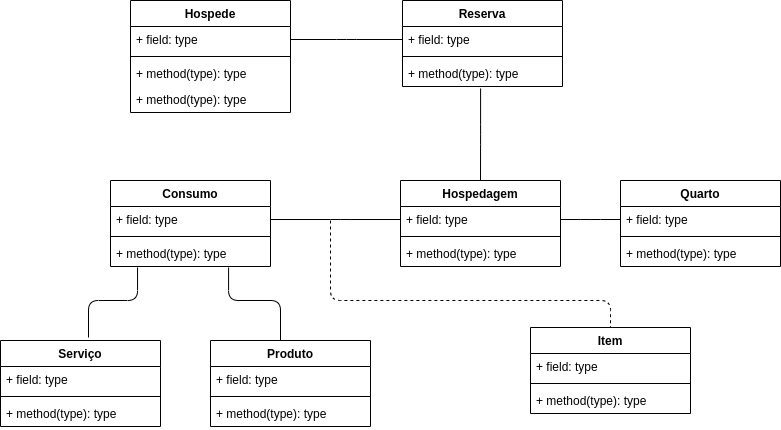
This is docs/diagrams/Sistema de Hotelaria - Diagrama de Classe.png from henriqueyun/Hotel, a draw.io export, as it was before one commit. Source tidied: cells renumbered, new cells last; positions are measured from the earlier drawing's top-left corner, leaving out a move shared by most shapes.
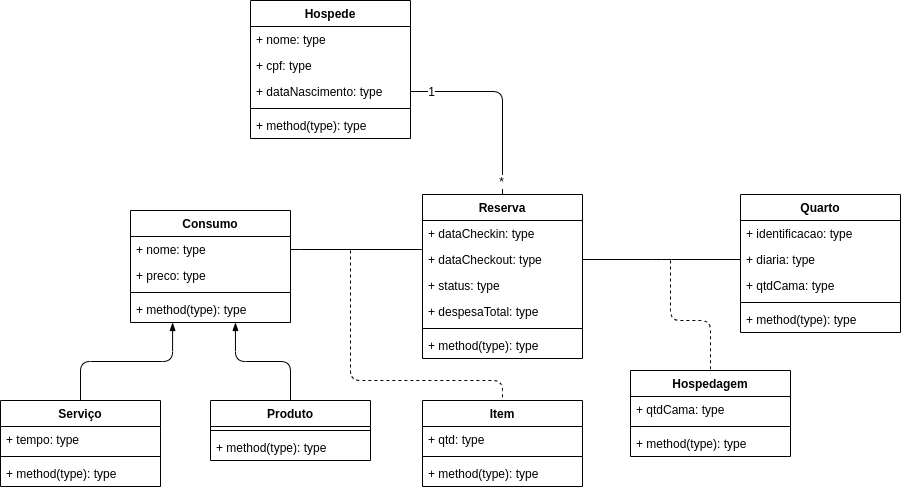
After the commit.

What changed in the source:
```diff
@@ -3,62 +3,65 @@
     <mxCell id="0" />
     <mxCell id="1" parent="0" />
     <mxCell id="2" value="Hospede" style="swimlane;fontStyle=1;align=center;verticalAlign=top;horizontal=1;startSize=26;" parent="1" vertex="1">
-      <mxGeometry x="130" width="160" height="112" as="geometry" />
+      <mxGeometry x="230" y="-30" width="160" height="138" as="geometry" />
     </mxCell>
-    <mxCell id="3" value="+ field: type" style="text;strokeColor=none;fillColor=none;align=left;verticalAlign=top;spacingLeft=4;spacingRight=4;overflow=hidden;points=[[0,0.5],[1,0.5]];portConstraint=eastwest;" parent="2" vertex="1">
+    <mxCell id="3" value="+ nome: type" style="text;strokeColor=none;fillColor=none;align=left;verticalAlign=top;spacingLeft=4;spacingRight=4;overflow=hidden;points=[[0,0.5],[1,0.5]];portConstraint=eastwest;" parent="2" vertex="1">
       <mxGeometry y="26" width="160" height="26" as="geometry" />
     </mxCell>
+    <mxCell id="42" value="+ cpf: type" style="text;strokeColor=none;fillColor=none;align=left;verticalAlign=top;spacingLeft=4;spacingRight=4;overflow=hidden;" parent="2" vertex="1">
+      <mxGeometry y="52" width="160" height="26" as="geometry" />
+    </mxCell>
+    <mxCell id="43" value="+ dataNascimento: type" style="text;strokeColor=none;fillColor=none;align=left;verticalAlign=top;spacingLeft=4;spacingRight=4;overflow=hidden;points=[[0,0.5],[1,0.5]];portConstraint=eastwest;" parent="2" vertex="1">
+      <mxGeometry y="78" width="160" height="26" as="geometry" />
+    </mxCell>
     <mxCell id="4" style="line;strokeWidth=1;fillColor=none;align=left;verticalAlign=middle;spacingTop=-1;spacingLeft=3;spacingRight=3;labelPosition=right;" parent="2" vertex="1">
-      <mxGeometry y="52" width="160" height="8" as="geometry" />
+      <mxGeometry y="104" width="160" height="8" as="geometry" />
     </mxCell>
     <mxCell id="5" value="+ method(type): type" style="text;strokeColor=none;fillColor=none;align=left;verticalAlign=top;spacingLeft=4;spacingRight=4;overflow=hidden;" parent="2" vertex="1">
-      <mxGeometry y="60" width="160" height="26" as="geometry" />
+      <mxGeometry y="112" width="160" height="26" as="geometry" />
     </mxCell>
-    <mxCell id="6" value="+ method(type): type" style="text;strokeColor=none;fillColor=none;align=left;verticalAlign=top;spacingLeft=4;spacingRight=4;overflow=hidden;" parent="2" vertex="1">
-      <mxGeometry y="86" width="160" height="26" as="geometry" />
-    </mxCell>
     <mxCell id="7" value="Reserva" style="swimlane;fontStyle=1;align=center;verticalAlign=top;horizontal=1;startSize=26;" parent="1" vertex="1">
-      <mxGeometry x="402" width="160" height="86" as="geometry" />
+      <mxGeometry x="402" y="164" width="160" height="164" as="geometry" />
     </mxCell>
-    <mxCell id="8" value="+ field: type" style="text;strokeColor=none;fillColor=none;align=left;verticalAlign=top;spacingLeft=4;spacingRight=4;overflow=hidden;points=[[0,0.5],[1,0.5]];portConstraint=eastwest;" parent="7" vertex="1">
+    <mxCell id="8" value="+ dataCheckin: type" style="text;strokeColor=none;fillColor=none;align=left;verticalAlign=top;spacingLeft=4;spacingRight=4;overflow=hidden;points=[[0,0.5],[1,0.5]];portConstraint=eastwest;" parent="7" vertex="1">
       <mxGeometry y="26" width="160" height="26" as="geometry" />
     </mxCell>
+    <mxCell id="44" value="+ dataCheckout: type" style="text;strokeColor=none;fillColor=none;align=left;verticalAlign=top;spacingLeft=4;spacingRight=4;overflow=hidden;points=[[0,0.5],[1,0.5]];portConstraint=eastwest;" parent="7" vertex="1">
+      <mxGeometry y="52" width="160" height="26" as="geometry" />
+    </mxCell>
+    <mxCell id="45" value="+ status: type" style="text;strokeColor=none;fillColor=none;align=left;verticalAlign=top;spacingLeft=4;spacingRight=4;overflow=hidden;" parent="7" vertex="1">
+      <mxGeometry y="78" width="160" height="26" as="geometry" />
+    </mxCell>
+    <mxCell id="46" value="+ despesaTotal: type" style="text;strokeColor=none;fillColor=none;align=left;verticalAlign=top;spacingLeft=4;spacingRight=4;overflow=hidden;" parent="7" vertex="1">
+      <mxGeometry y="104" width="160" height="26" as="geometry" />
+    </mxCell>
     <mxCell id="9" style="line;strokeWidth=1;fillColor=none;align=left;verticalAlign=middle;spacingTop=-1;spacingLeft=3;spacingRight=3;labelPosition=right;" parent="7" vertex="1">
-      <mxGeometry y="52" width="160" height="8" as="geometry" />
+      <mxGeometry y="130" width="160" height="8" as="geometry" />
     </mxCell>
     <mxCell id="10" value="+ method(type): type" style="text;strokeColor=none;fillColor=none;align=left;verticalAlign=top;spacingLeft=4;spacingRight=4;overflow=hidden;points=[[0,0.5],[1,0.5]];portConstraint=eastwest;" parent="7" vertex="1">
-      <mxGeometry y="60" width="160" height="26" as="geometry" />
+      <mxGeometry y="138" width="160" height="26" as="geometry" />
     </mxCell>
-    <mxCell id="11" value="Hospedagem" style="swimlane;fontStyle=1;align=center;verticalAlign=top;horizontal=1;startSize=26;" parent="1" vertex="1">
-      <mxGeometry x="400" y="180" width="160" height="86" as="geometry" />
-    </mxCell>
-    <mxCell id="12" value="+ field: type" style="text;strokeColor=none;fillColor=none;align=left;verticalAlign=top;spacingLeft=4;spacingRight=4;overflow=hidden;points=[[0,0.5],[1,0.5]];portConstraint=eastwest;" parent="11" vertex="1">
-      <mxGeometry y="26" width="160" height="26" as="geometry" />
-    </mxCell>
-    <mxCell id="13" style="line;strokeWidth=1;fillColor=none;align=left;verticalAlign=middle;spacingTop=-1;spacingLeft=3;spacingRight=3;labelPosition=right;" parent="11" vertex="1">
-      <mxGeometry y="52" width="160" height="8" as="geometry" />
-    </mxCell>
-    <mxCell id="14" value="+ method(type): type" style="text;strokeColor=none;fillColor=none;align=left;verticalAlign=top;spacingLeft=4;spacingRight=4;overflow=hidden;" parent="11" vertex="1">
-      <mxGeometry y="60" width="160" height="26" as="geometry" />
-    </mxCell>
     <mxCell id="15" value="Consumo" style="swimlane;fontStyle=1;align=center;verticalAlign=top;horizontal=1;startSize=26;" parent="1" vertex="1">
-      <mxGeometry x="110" y="180" width="160" height="86" as="geometry" />
+      <mxGeometry x="110" y="180" width="160" height="112" as="geometry" />
     </mxCell>
-    <mxCell id="16" value="+ field: type" style="text;strokeColor=none;fillColor=none;align=left;verticalAlign=top;spacingLeft=4;spacingRight=4;overflow=hidden;points=[[0,0.5],[1,0.5]];portConstraint=eastwest;" parent="15" vertex="1">
-      <mxGeometry y="26" width="160" height="26" as="geometry" />
-    </mxCell>
+    <mxCell id="20" value="+ nome: type" style="text;strokeColor=none;fillColor=none;align=left;verticalAlign=top;spacingLeft=4;spacingRight=4;overflow=hidden;" parent="15" vertex="1">
+      <mxGeometry y="26" width="160" height="26" as="geometry" />
+    </mxCell>
+    <mxCell id="47" value="+ preco: type" style="text;strokeColor=none;fillColor=none;align=left;verticalAlign=top;spacingLeft=4;spacingRight=4;overflow=hidden;" parent="15" vertex="1">
+      <mxGeometry y="52" width="160" height="26" as="geometry" />
+    </mxCell>
     <mxCell id="17" style="line;strokeWidth=1;fillColor=none;align=left;verticalAlign=middle;spacingTop=-1;spacingLeft=3;spacingRight=3;labelPosition=right;" parent="15" vertex="1">
-      <mxGeometry y="52" width="160" height="8" as="geometry" />
+      <mxGeometry y="78" width="160" height="8" as="geometry" />
     </mxCell>
     <mxCell id="18" value="+ method(type): type" style="text;strokeColor=none;fillColor=none;align=left;verticalAlign=top;spacingLeft=4;spacingRight=4;overflow=hidden;points=[[0,0.5],[1,0.5]];portConstraint=eastwest;" parent="15" vertex="1">
-      <mxGeometry y="60" width="160" height="26" as="geometry" />
+      <mxGeometry y="86" width="160" height="26" as="geometry" />
     </mxCell>
     <mxCell id="19" value="Serviço" style="swimlane;fontStyle=1;align=center;verticalAlign=top;horizontal=1;startSize=26;" parent="1" vertex="1">
-      <mxGeometry y="340" width="160" height="86" as="geometry" />
+      <mxGeometry x="-20" y="370" width="160" height="86" as="geometry" />
     </mxCell>
-    <mxCell id="20" value="+ field: type" style="text;strokeColor=none;fillColor=none;align=left;verticalAlign=top;spacingLeft=4;spacingRight=4;overflow=hidden;" parent="19" vertex="1">
-      <mxGeometry y="26" width="160" height="26" as="geometry" />
-    </mxCell>
+    <mxCell id="48" value="+ tempo: type" style="text;strokeColor=none;fillColor=none;align=left;verticalAlign=top;spacingLeft=4;spacingRight=4;overflow=hidden;" parent="19" vertex="1">
+      <mxGeometry y="26" width="160" height="26" as="geometry" />
+    </mxCell>
     <mxCell id="21" style="line;strokeWidth=1;fillColor=none;align=left;verticalAlign=middle;spacingTop=-1;spacingLeft=3;spacingRight=3;labelPosition=right;" parent="19" vertex="1">
       <mxGeometry y="52" width="160" height="8" as="geometry" />
     </mxCell>
@@ -66,21 +69,18 @@
       <mxGeometry y="60" width="160" height="26" as="geometry" />
     </mxCell>
     <mxCell id="23" value="Produto" style="swimlane;fontStyle=1;align=center;verticalAlign=top;horizontal=1;startSize=26;" parent="1" vertex="1">
-      <mxGeometry x="210" y="340" width="160" height="86" as="geometry" />
+      <mxGeometry x="190" y="370" width="160" height="60" as="geometry" />
     </mxCell>
-    <mxCell id="24" value="+ field: type" style="text;strokeColor=none;fillColor=none;align=left;verticalAlign=top;spacingLeft=4;spacingRight=4;overflow=hidden;" parent="23" vertex="1">
-      <mxGeometry y="26" width="160" height="26" as="geometry" />
-    </mxCell>
     <mxCell id="25" style="line;strokeWidth=1;fillColor=none;align=left;verticalAlign=middle;spacingTop=-1;spacingLeft=3;spacingRight=3;labelPosition=right;" parent="23" vertex="1">
-      <mxGeometry y="52" width="160" height="8" as="geometry" />
+      <mxGeometry y="26" width="160" height="8" as="geometry" />
     </mxCell>
     <mxCell id="26" value="+ method(type): type" style="text;strokeColor=none;fillColor=none;align=left;verticalAlign=top;spacingLeft=4;spacingRight=4;overflow=hidden;" parent="23" vertex="1">
-      <mxGeometry y="60" width="160" height="26" as="geometry" />
+      <mxGeometry y="34" width="160" height="26" as="geometry" />
     </mxCell>
     <mxCell id="27" value="Item" style="swimlane;fontStyle=1;align=center;verticalAlign=top;horizontal=1;startSize=26;" parent="1" vertex="1">
-      <mxGeometry x="530" y="327" width="160" height="86" as="geometry" />
+      <mxGeometry x="402" y="370" width="160" height="86" as="geometry" />
     </mxCell>
-    <mxCell id="28" value="+ field: type" style="text;strokeColor=none;fillColor=none;align=left;verticalAlign=top;spacingLeft=4;spacingRight=4;overflow=hidden;" parent="27" vertex="1">
+    <mxCell id="28" value="+ qtd: type" style="text;strokeColor=none;fillColor=none;align=left;verticalAlign=top;spacingLeft=4;spacingRight=4;overflow=hidden;" parent="27" vertex="1">
       <mxGeometry y="26" width="160" height="26" as="geometry" />
     </mxCell>
     <mxCell id="29" style="line;strokeWidth=1;fillColor=none;align=left;verticalAlign=middle;spacingTop=-1;spacingLeft=3;spacingRight=3;labelPosition=right;" parent="27" vertex="1">
@@ -89,56 +89,89 @@
     <mxCell id="30" value="+ method(type): type" style="text;strokeColor=none;fillColor=none;align=left;verticalAlign=top;spacingLeft=4;spacingRight=4;overflow=hidden;" parent="27" vertex="1">
       <mxGeometry y="60" width="160" height="26" as="geometry" />
     </mxCell>
-    <mxCell id="31" style="edgeStyle=elbowEdgeStyle;html=1;endArrow=none;elbow=vertical;exitX=1;exitY=0.5;exitDx=0;exitDy=0;entryX=0;entryY=0.5;entryDx=0;entryDy=0;" parent="1" edge="1" source="3" target="8">
-      <mxGeometry relative="1" as="geometry" />
+    <mxCell id="31" style="edgeStyle=elbowEdgeStyle;html=1;endArrow=none;elbow=vertical;exitX=1;exitY=0.5;exitDx=0;exitDy=0;entryX=0.5;entryY=0;entryDx=0;entryDy=0;" parent="1" edge="1" source="43" target="7">
+      <mxGeometry relative="1" as="geometry">
+        <Array as="points">
+          <mxPoint x="430" y="61" />
+        </Array>
+      </mxGeometry>
     </mxCell>
-    <mxCell id="32" style="edgeStyle=elbowEdgeStyle;html=1;endArrow=none;elbow=vertical;exitX=0.488;exitY=1.077;exitDx=0;exitDy=0;exitPerimeter=0;entryX=0.5;entryY=0;entryDx=0;entryDy=0;" parent="1" edge="1" source="10" target="11">
-      <mxGeometry relative="1" as="geometry" />
-    </mxCell>
-    <mxCell id="33" style="edgeStyle=elbowEdgeStyle;html=1;endArrow=none;elbow=vertical;exitX=0.55;exitY=-0.035;exitDx=0;exitDy=0;entryX=0.169;entryY=1.038;entryDx=0;entryDy=0;exitPerimeter=0;entryPerimeter=0;" parent="1" edge="1" source="19" target="18">
-      <mxGeometry relative="1" as="geometry">
-        <Array as="points">
-          <mxPoint x="100" y="300" />
-        </Array>
-      </mxGeometry>
-    </mxCell>
+    <mxCell id="49" value="1" style="text;html=1;align=center;verticalAlign=middle;labelBackgroundColor=#ffffff;" parent="31" vertex="1">
+      <mxGeometry x="-0.79" y="1" relative="1" as="geometry" />
+    </mxCell>
+    <mxCell id="50" value="*" style="text;html=1;align=center;verticalAlign=middle;labelBackgroundColor=#ffffff;" parent="31" vertex="1">
+      <mxGeometry x="0.81" y="-4" relative="1" as="geometry">
+        <mxPoint x="2" y="5" as="offset" />
+      </mxGeometry>
+    </mxCell>
-    <mxCell id="34" style="edgeStyle=elbowEdgeStyle;html=1;endArrow=none;elbow=vertical;entryX=0.738;entryY=1.038;entryDx=0;entryDy=0;entryPerimeter=0;" parent="1" edge="1" source="23" target="18">
-      <mxGeometry relative="1" as="geometry">
-        <Array as="points">
-          <mxPoint x="280" y="300" />
-        </Array>
-      </mxGeometry>
+    <mxCell id="34" style="edgeStyle=elbowEdgeStyle;html=1;endArrow=none;elbow=vertical;entryX=0.5;entryY=0;entryDx=0;entryDy=0;startArrow=blockThin;startFill=1;exitX=0.656;exitY=1;exitDx=0;exitDy=0;exitPerimeter=0;" parent="1" edge="1" source="18" target="23">
+      <mxGeometry relative="1" as="geometry" />
     </mxCell>
-    <mxCell id="35" style="edgeStyle=elbowEdgeStyle;html=1;endArrow=none;elbow=vertical;exitX=0;exitY=0.5;exitDx=0;exitDy=0;entryX=1;entryY=0.5;entryDx=0;entryDy=0;" parent="1" edge="1" source="12" target="16">
+    <mxCell id="35" style="edgeStyle=elbowEdgeStyle;html=1;endArrow=none;elbow=vertical;exitX=0;exitY=0.141;exitDx=0;exitDy=0;entryX=1;entryY=0.5;entryDx=0;entryDy=0;exitPerimeter=0;" parent="1" edge="1" source="44">
       <mxGeometry relative="1" as="geometry">
+        <mxPoint x="270" y="219" as="targetPoint" />
         <Array as="points">
           <mxPoint x="340" y="219" />
         </Array>
       </mxGeometry>
     </mxCell>
     <mxCell id="36" value="Quarto" style="swimlane;fontStyle=1;align=center;verticalAlign=top;horizontal=1;startSize=26;" parent="1" vertex="1">
-      <mxGeometry x="620" y="180" width="160" height="86" as="geometry" />
+      <mxGeometry x="720" y="164" width="160" height="138" as="geometry" />
     </mxCell>
+    <mxCell id="51" value="+ identificacao: type" style="text;strokeColor=none;fillColor=none;align=left;verticalAlign=top;spacingLeft=4;spacingRight=4;overflow=hidden;" parent="36" vertex="1">
+      <mxGeometry y="26" width="160" height="26" as="geometry" />
+    </mxCell>
-    <mxCell id="37" value="+ field: type" style="text;strokeColor=none;fillColor=none;align=left;verticalAlign=top;spacingLeft=4;spacingRight=4;overflow=hidden;points=[[0,0.5],[1,0.5]];portConstraint=eastwest;" parent="36" vertex="1">
-      <mxGeometry y="26" width="160" height="26" as="geometry" />
+    <mxCell id="37" value="+ diaria: type" style="text;strokeColor=none;fillColor=none;align=left;verticalAlign=top;spacingLeft=4;spacingRight=4;overflow=hidden;points=[[0,0.5],[1,0.5]];portConstraint=eastwest;" parent="36" vertex="1">
+      <mxGeometry y="52" width="160" height="26" as="geometry" />
     </mxCell>
+    <mxCell id="52" value="+ qtdCama: type" style="text;strokeColor=none;fillColor=none;align=left;verticalAlign=top;spacingLeft=4;spacingRight=4;overflow=hidden;" parent="36" vertex="1">
+      <mxGeometry y="78" width="160" height="26" as="geometry" />
+    </mxCell>
     <mxCell id="38" style="line;strokeWidth=1;fillColor=none;align=left;verticalAlign=middle;spacingTop=-1;spacingLeft=3;spacingRight=3;labelPosition=right;" parent="36" vertex="1">
-      <mxGeometry y="52" width="160" height="8" as="geometry" />
+      <mxGeometry y="104" width="160" height="8" as="geometry" />
     </mxCell>
     <mxCell id="39" value="+ method(type): type" style="text;strokeColor=none;fillColor=none;align=left;verticalAlign=top;spacingLeft=4;spacingRight=4;overflow=hidden;" parent="36" vertex="1">
-      <mxGeometry y="60" width="160" height="26" as="geometry" />
+      <mxGeometry y="112" width="160" height="26" as="geometry" />
     </mxCell>
-    <mxCell id="40" style="edgeStyle=elbowEdgeStyle;html=1;endArrow=none;elbow=vertical;exitX=0;exitY=0.5;exitDx=0;exitDy=0;entryX=1;entryY=0.5;entryDx=0;entryDy=0;" parent="1" edge="1" source="37" target="12">
+    <mxCell id="40" style="edgeStyle=elbowEdgeStyle;html=1;endArrow=none;elbow=vertical;exitX=0;exitY=0.5;exitDx=0;exitDy=0;entryX=1;entryY=0.5;entryDx=0;entryDy=0;" parent="1" edge="1" source="37" target="44">
       <mxGeometry relative="1" as="geometry" />
     </mxCell>
     <mxCell id="41" style="endArrow=none;dashed=1;html=1;entryX=0.5;entryY=0;entryDx=0;entryDy=0;" parent="1" edge="1" target="27">
       <mxGeometry relative="1" as="geometry">
         <mxPoint x="330" y="220" as="sourcePoint" />
         <Array as="points">
-          <mxPoint x="330" y="300" />
-          <mxPoint x="610" y="300" />
+          <mxPoint x="330" y="350" />
+          <mxPoint x="482" y="350" />
         </Array>
       </mxGeometry>
     </mxCell>
+    <mxCell id="11" value="Hospedagem" style="swimlane;fontStyle=1;align=center;verticalAlign=top;horizontal=1;startSize=26;" parent="1" vertex="1">
+      <mxGeometry x="610" y="340" width="160" height="86" as="geometry" />
+    </mxCell>
+    <mxCell id="53" value="+ qtdCama: type" style="text;strokeColor=none;fillColor=none;align=left;verticalAlign=top;spacingLeft=4;spacingRight=4;overflow=hidden;" parent="11" vertex="1">
+      <mxGeometry y="26" width="160" height="26" as="geometry" />
+    </mxCell>
+    <mxCell id="13" style="line;strokeWidth=1;fillColor=none;align=left;verticalAlign=middle;spacingTop=-1;spacingLeft=3;spacingRight=3;labelPosition=right;" parent="11" vertex="1">
+      <mxGeometry y="52" width="160" height="8" as="geometry" />
+    </mxCell>
+    <mxCell id="14" value="+ method(type): type" style="text;strokeColor=none;fillColor=none;align=left;verticalAlign=top;spacingLeft=4;spacingRight=4;overflow=hidden;" parent="11" vertex="1">
+      <mxGeometry y="60" width="160" height="26" as="geometry" />
+    </mxCell>
+    <mxCell id="54" style="endArrow=none;dashed=1;html=1;entryX=0.5;entryY=0;entryDx=0;entryDy=0;" parent="1" edge="1" target="11">
+      <mxGeometry relative="1" as="geometry">
+        <mxPoint x="650" y="230" as="sourcePoint" />
+        <Array as="points">
+          <mxPoint x="650" y="290" />
+          <mxPoint x="690" y="290" />
+        </Array>
+      </mxGeometry>
+    </mxCell>
+    <mxCell id="55" style="edgeStyle=elbowEdgeStyle;html=1;endArrow=none;elbow=vertical;entryX=0.5;entryY=0;entryDx=0;entryDy=0;startArrow=blockThin;startFill=1;exitX=0.263;exitY=1;exitDx=0;exitDy=0;exitPerimeter=0;" parent="1" edge="1" source="18" target="19">
+      <mxGeometry relative="1" as="geometry">
+        <Array as="points">
+          <mxPoint x="100" y="331" />
+        </Array>
+      </mxGeometry>
+    </mxCell>
   </root>
 </mxGraphModel>
```
